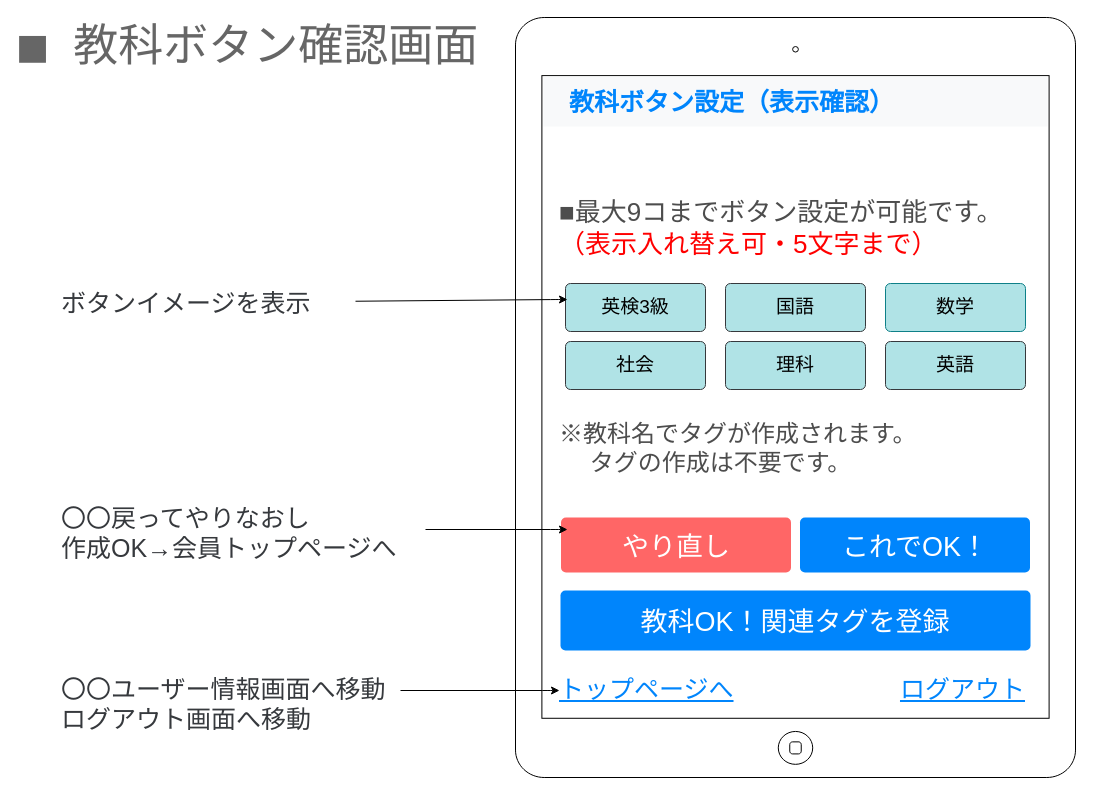
Before: page "教科ボタン確認画面" (4 of 18) of 画面設計_苦手問題克服.drawio in mitsuewatanabe/practice, a draw.io diagram. Source tidied: cells renumbered, new cells numbered last; positions are measured from the earlier drawing's top-left corner, leaving out a move shared by most shapes. Both pictures are drawn from the tidied source at 100%, with x=0, y=0 at pixel (17, 17).
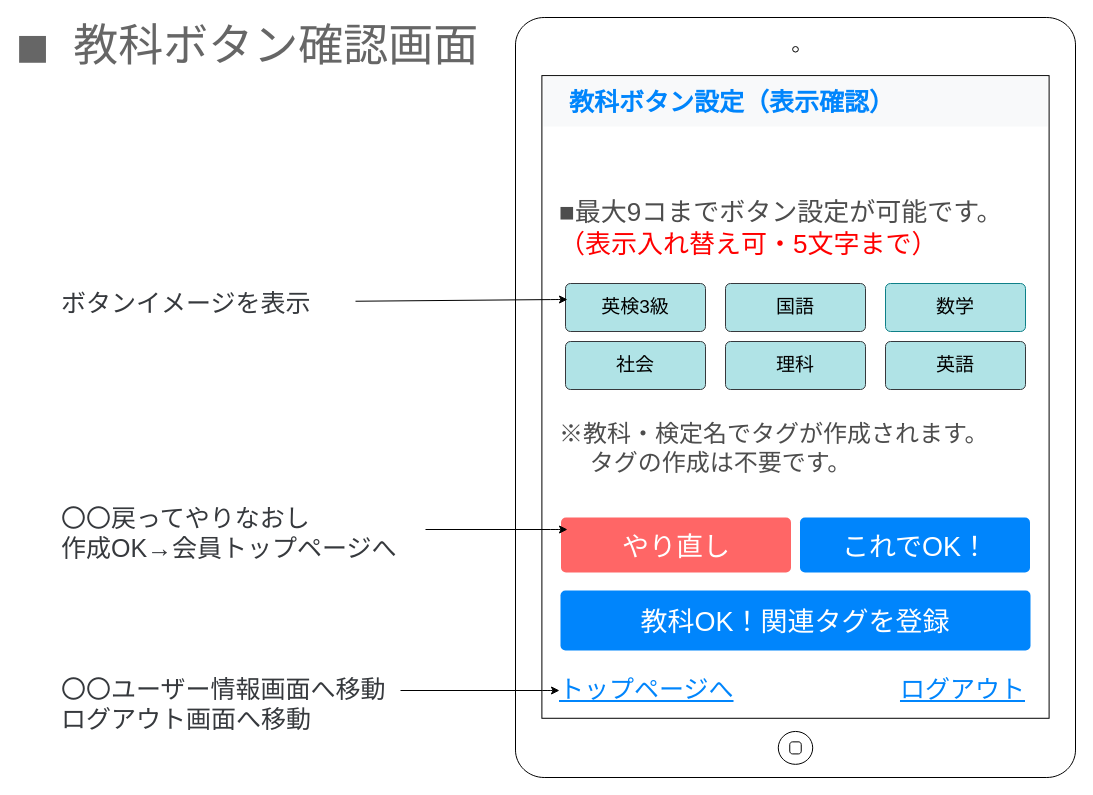
The same page after the edit.

Change to the diagram source:
```diff
@@
-    <mxCell id="18" value="&lt;font style=&quot;font-size: 24px&quot;&gt;※教科名でタグが作成されます。&lt;br style=&quot;font-size: 24px&quot;&gt;&amp;nbsp;　タグの作成は不要です。&lt;br style=&quot;font-size: 24px&quot;&gt;&lt;/font&gt;" style="text;html=1;strokeColor=none;fillColor=none;align=left;verticalAlign=middle;whiteSpace=wrap;rounded=0;sketch=0;fontSize=24;fontColor=#4D4D4D;fontStyle=0;labelPosition=center;verticalLabelPosition=middle;" parent="1" vertex="1">
+    <mxCell id="18" value="&lt;font style=&quot;font-size: 24px&quot;&gt;※教科・検定名でタグが作成されます。&lt;br style=&quot;font-size: 24px&quot;&gt;&amp;nbsp;　タグの作成は不要です。&lt;br style=&quot;font-size: 24px&quot;&gt;&lt;/font&gt;" style="text;html=1;strokeColor=none;fillColor=none;align=left;verticalAlign=middle;whiteSpace=wrap;rounded=0;sketch=0;fontSize=24;fontColor=#4D4D4D;fontStyle=0;labelPosition=center;verticalLabelPosition=middle;" parent="1" vertex="1">
       <mxGeometry x="540" y="406" width="458.3" height="50" as="geometry" />
     </mxCell>
```
